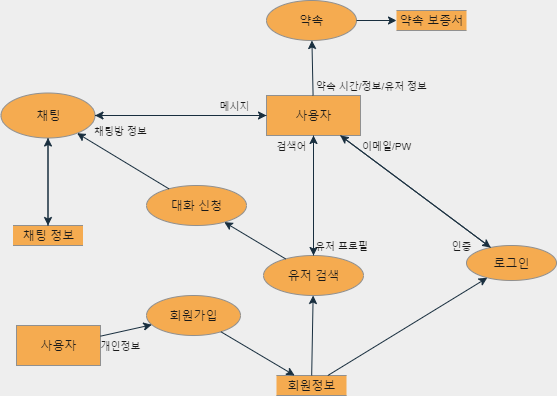
The draw.io diagram diagram/dfd.png in chu-98/HackApp, before a commit. Source tidied: cells renumbered, new cells last; positions are measured from the earlier drawing's top-left corner, leaving out a move shared by most shapes.
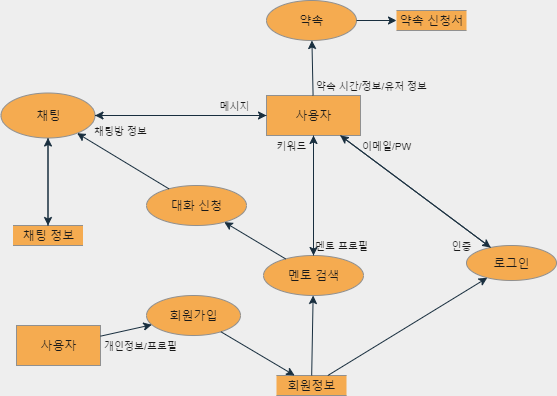
The same file after the commit.

Diff of the diagram source:
```diff
@@ -5,7 +5,7 @@
     <mxCell id="2" value="회원가입" style="shape=ellipse;html=1;dashed=0;whitespace=wrap;perimeter=ellipsePerimeter;rounded=0;sketch=0;fontColor=#1A1A1A;strokeColor=#909090;fillColor=#F5AB50;" parent="1" vertex="1">
       <mxGeometry x="146" y="295" width="94" height="40" as="geometry" />
     </mxCell>
-    <mxCell id="3" value="유저 검색" style="shape=ellipse;html=1;dashed=0;whitespace=wrap;perimeter=ellipsePerimeter;rounded=0;sketch=0;fontColor=#1A1A1A;strokeColor=#909090;fillColor=#F5AB50;" parent="1" vertex="1">
+    <mxCell id="3" value="멘토 검색" style="shape=ellipse;html=1;dashed=0;whitespace=wrap;perimeter=ellipsePerimeter;rounded=0;sketch=0;fontColor=#1A1A1A;strokeColor=#909090;fillColor=#F5AB50;" parent="1" vertex="1">
       <mxGeometry x="263" y="255" width="100" height="40" as="geometry" />
     </mxCell>
     <mxCell id="4" value="회원정보" style="html=1;dashed=0;whitespace=wrap;shape=partialRectangle;right=0;left=0;rounded=0;sketch=0;fontColor=#1A1A1A;strokeColor=#909090;fillColor=#F5AB50;" parent="1" vertex="1">
@@ -53,7 +53,7 @@
     <mxCell id="18" value="약속" style="shape=ellipse;html=1;dashed=0;whitespace=wrap;perimeter=ellipsePerimeter;rounded=0;sketch=0;fontColor=#1A1A1A;strokeColor=#909090;fillColor=#F5AB50;" parent="1" vertex="1">
       <mxGeometry x="266" width="90" height="40" as="geometry" />
     </mxCell>
-    <mxCell id="19" value="약속 보증서" style="html=1;dashed=0;whitespace=wrap;shape=partialRectangle;right=0;left=0;rounded=0;sketch=0;fontColor=#1A1A1A;strokeColor=#909090;fillColor=#F5AB50;" parent="1" vertex="1">
+    <mxCell id="19" value="약속 신청서" style="html=1;dashed=0;whitespace=wrap;shape=partialRectangle;right=0;left=0;rounded=0;sketch=0;fontColor=#1A1A1A;strokeColor=#909090;fillColor=#F5AB50;" parent="1" vertex="1">
       <mxGeometry x="396" y="10" width="70" height="20" as="geometry" />
     </mxCell>
     <mxCell id="20" style="endArrow=classic;html=1;fontColor=#1A1A1A;strokeColor=#182E3E;" parent="1" edge="1" source="18" target="19">
@@ -65,10 +65,10 @@
     <mxCell id="22" style="endArrow=classic;html=1;fontColor=#1A1A1A;strokeColor=#182E3E;" parent="1" edge="1" source="5" target="3">
       <mxGeometry relative="1" as="geometry" />
     </mxCell>
-    <mxCell id="23" value="&lt;font style=&quot;font-size: 10px&quot;&gt;검색어&lt;/font&gt;" style="text;html=1;align=center;verticalAlign=middle;strokeColor=none;fontColor=#1A1A1A;" parent="1" vertex="1">
+    <mxCell id="23" value="&lt;span style=&quot;font-size: 10px&quot;&gt;키워드&lt;/span&gt;" style="text;html=1;align=center;verticalAlign=middle;strokeColor=none;fontColor=#1A1A1A;" parent="1" vertex="1">
       <mxGeometry x="266" y="135" width="50" height="20" as="geometry" />
     </mxCell>
-    <mxCell id="24" value="&lt;span style=&quot;font-size: 10px&quot;&gt;유저 프로필&lt;/span&gt;" style="text;html=1;align=center;verticalAlign=middle;strokeColor=none;fontColor=#1A1A1A;" parent="1" vertex="1">
+    <mxCell id="24" value="&lt;span style=&quot;font-size: 10px&quot;&gt;멘토 프로필&lt;/span&gt;" style="text;html=1;align=center;verticalAlign=middle;strokeColor=none;fontColor=#1A1A1A;" parent="1" vertex="1">
       <mxGeometry x="306" y="235" width="70" height="20" as="geometry" />
     </mxCell>
     <mxCell id="25" value="사용자" style="html=1;dashed=0;whitespace=wrap;rounded=0;sketch=0;fontColor=#1A1A1A;strokeColor=#909090;fillColor=#F5AB50;" parent="1" vertex="1">
@@ -77,8 +77,8 @@
     <mxCell id="26" style="endArrow=classic;html=1;fontColor=#1A1A1A;strokeColor=#182E3E;" parent="1" edge="1" source="25" target="2">
       <mxGeometry relative="1" as="geometry" />
     </mxCell>
-    <mxCell id="27" value="&lt;font style=&quot;font-size: 10px&quot;&gt;개인정보&lt;/font&gt;" style="text;html=1;align=center;verticalAlign=middle;strokeColor=none;fontColor=#1A1A1A;" parent="1" vertex="1">
-      <mxGeometry x="89.5" y="335" width="60" height="20" as="geometry" />
+    <mxCell id="27" value="&lt;font style=&quot;font-size: 10px&quot;&gt;개인정보/프로필&lt;/font&gt;" style="text;html=1;align=center;verticalAlign=middle;strokeColor=none;fontColor=#1A1A1A;" parent="1" vertex="1">
+      <mxGeometry x="94.5" y="335" width="90" height="20" as="geometry" />
     </mxCell>
     <mxCell id="28" value="&lt;font style=&quot;font-size: 10px&quot;&gt;인증&lt;/font&gt;" style="text;html=1;align=center;verticalAlign=middle;strokeColor=none;fontColor=#1A1A1A;" parent="1" vertex="1">
       <mxGeometry x="441" y="235" width="40" height="20" as="geometry" />
```
